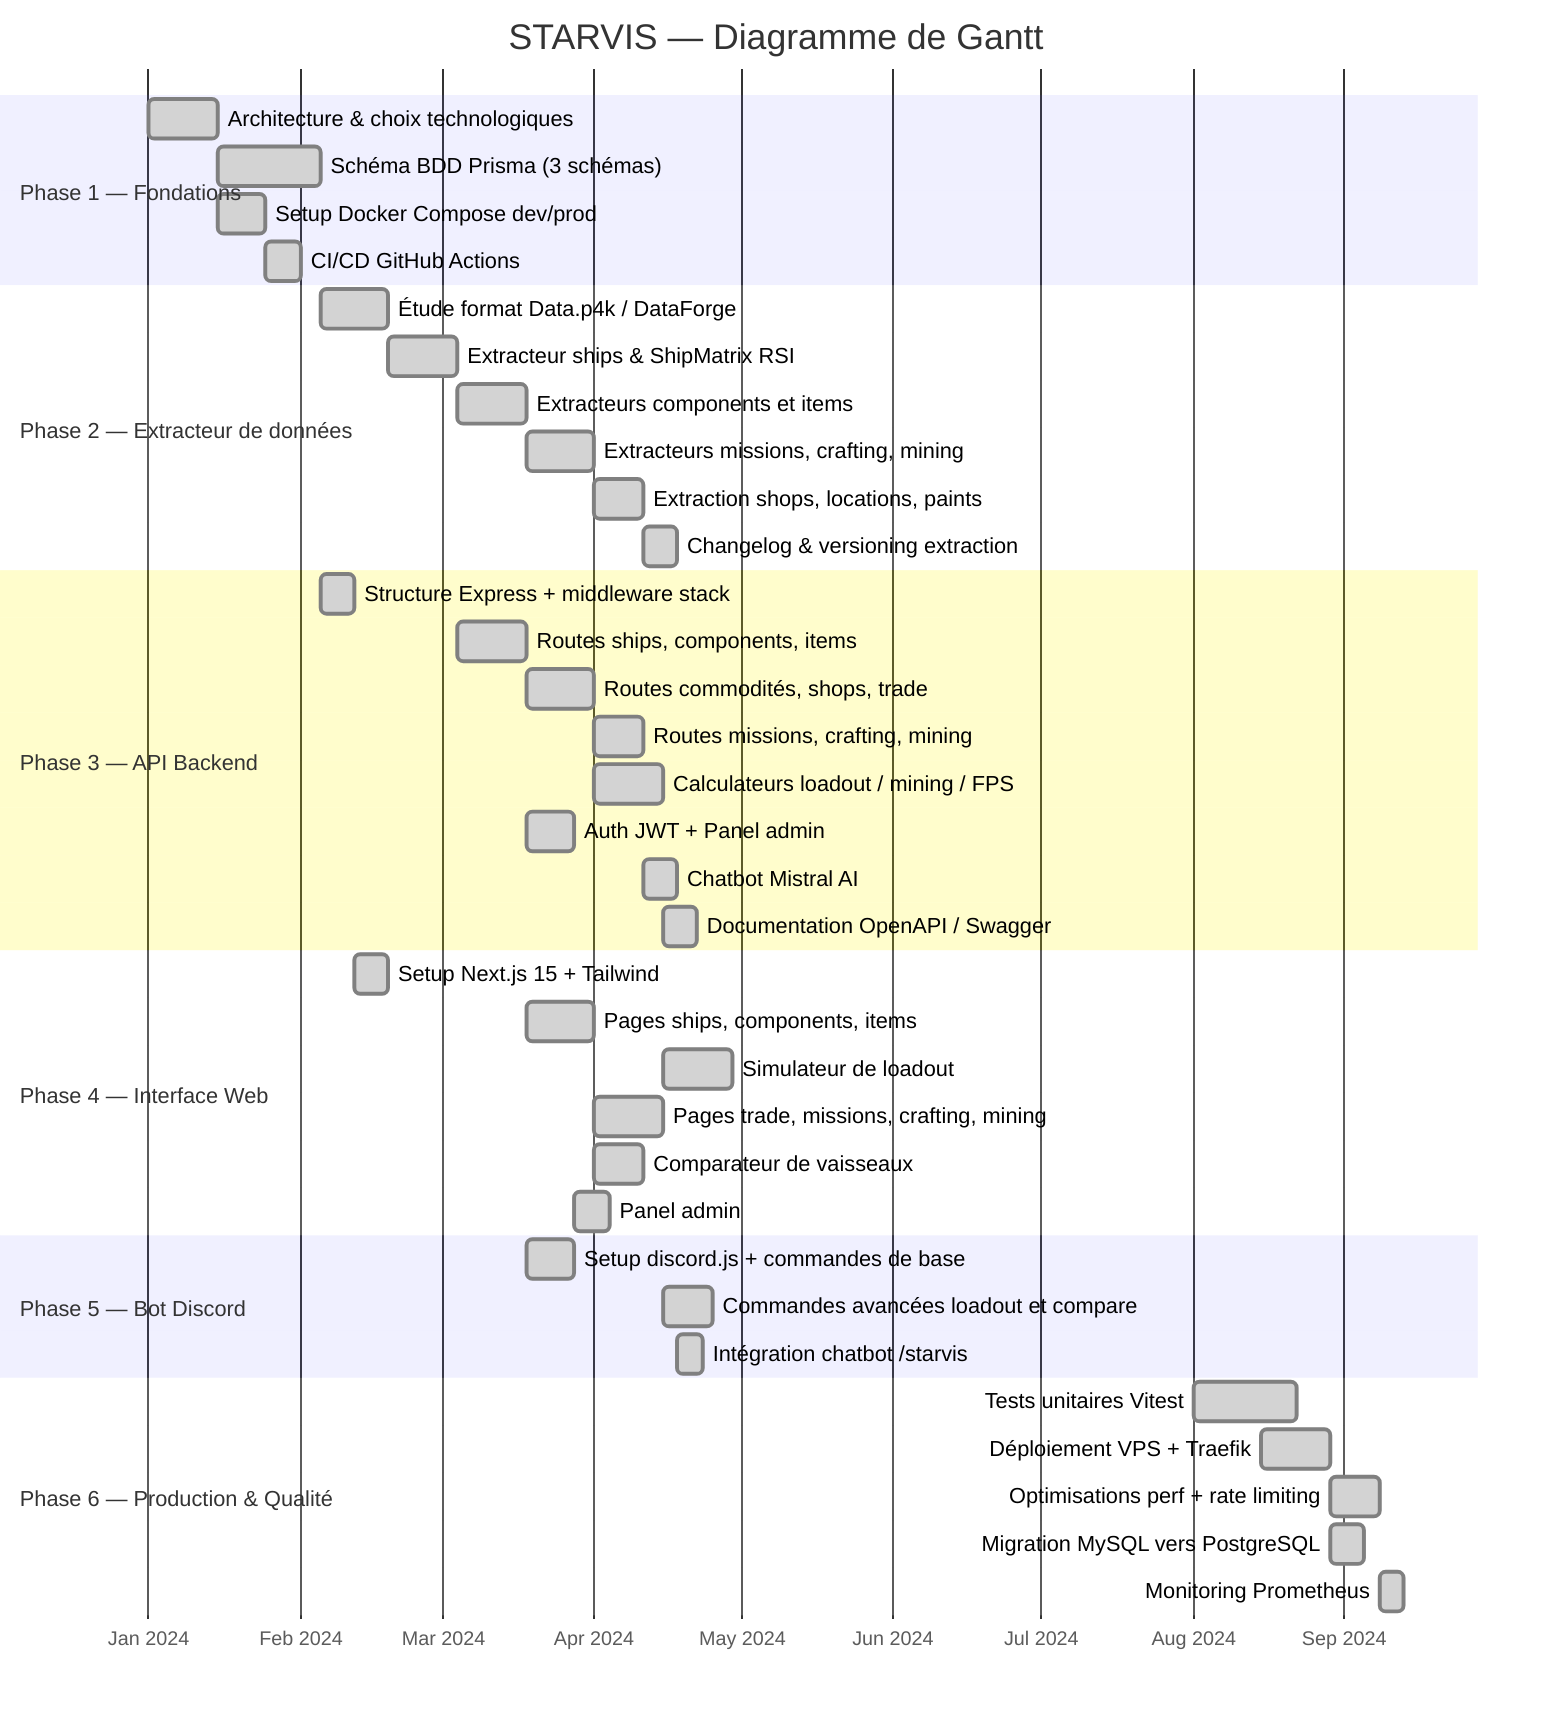
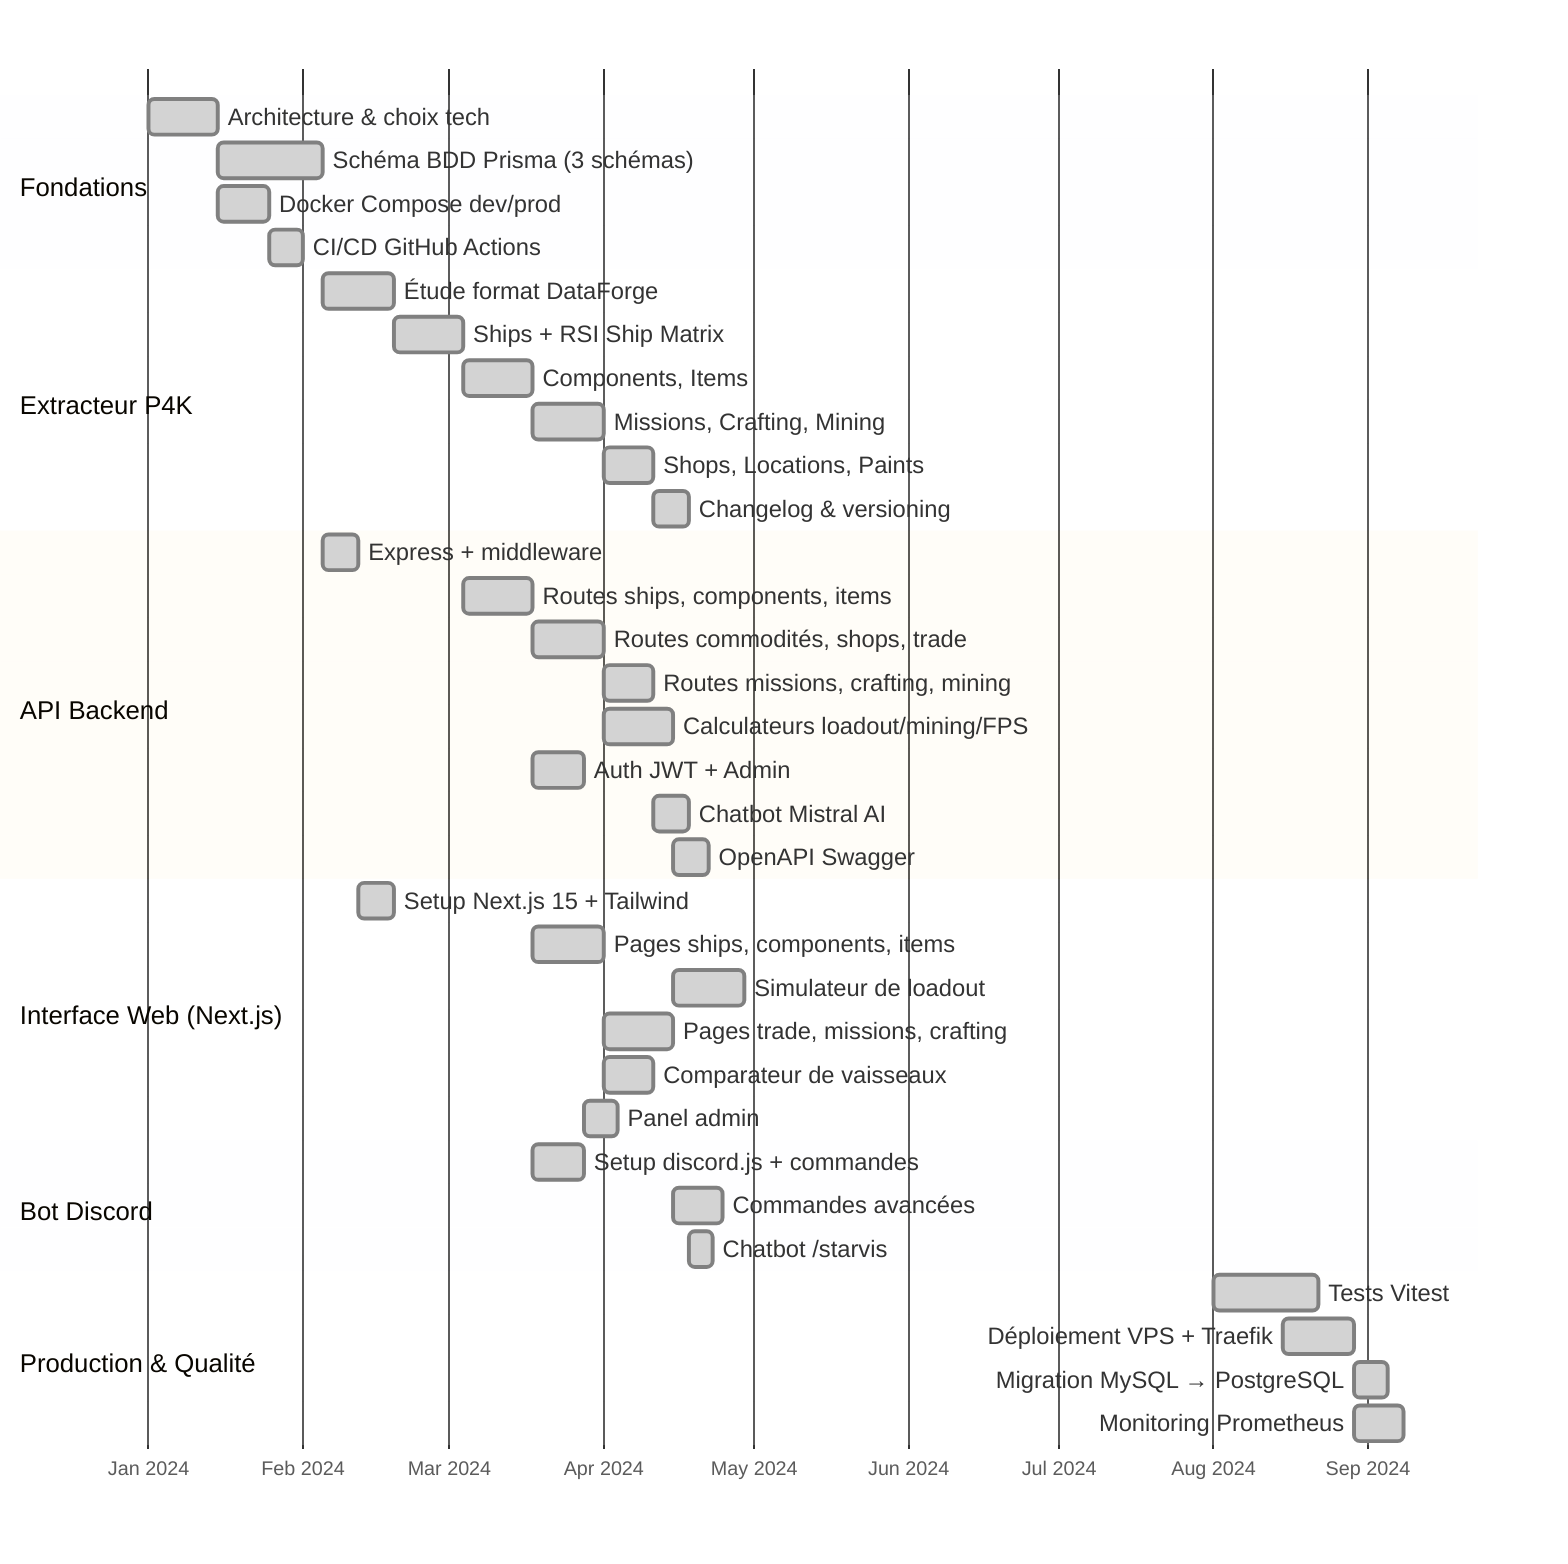
- ---
- title: STARVIS — Diagramme de Gantt
- ---
+ %%{init: {'theme': 'base', 'themeVariables': {'fontSize': '12px', 'fontFamily': 'Arial'}, 'gantt': {'useMaxWidth': true, 'barHeight': 18, 'fontSize': 12, 'sectionFontSize': 13}}}%%
gantt
    dateFormat  YYYY-MM-DD
    axisFormat  %b %Y

-     section Phase 1 — Fondations
-     Architecture & choix technologiques       :done, arch,   2024-01-01, 14d
-     Schéma BDD Prisma (3 schémas)             :done, db,     after arch,  21d
-     Setup Docker Compose dev/prod             :done, docker, after arch,  10d
-     CI/CD GitHub Actions                      :done, cicd,   after docker, 7d
+     section Fondations
+     Architecture & choix tech         :done, arch,   2024-01-01, 14d
+     Schéma BDD Prisma (3 schémas)     :done, db,     after arch,  21d
+     Docker Compose dev/prod            :done, docker, after arch,  10d
+     CI/CD GitHub Actions               :done, cicd,   after docker, 7d

-     section Phase 2 — Extracteur de données
-     Étude format Data.p4k / DataForge         :done, p4k,  after db,   14d
-     Extracteur ships & ShipMatrix RSI         :done, ext1, after p4k,  14d
-     Extracteurs components et items           :done, ext2, after ext1, 14d
-     Extracteurs missions, crafting, mining    :done, ext3, after ext2, 14d
-     Extraction shops, locations, paints       :done, ext4, after ext3, 10d
-     Changelog & versioning extraction         :done, chg,  after ext4,  7d
+     section Extracteur P4K
+     Étude format DataForge             :done, p4k,  after db,   14d
+     Ships + RSI Ship Matrix            :done, ext1, after p4k,  14d
+     Components, Items                  :done, ext2, after ext1, 14d
+     Missions, Crafting, Mining         :done, ext3, after ext2, 14d
+     Shops, Locations, Paints           :done, ext4, after ext3, 10d
+     Changelog & versioning             :done, chg,  after ext4,  7d

-     section Phase 3 — API Backend
-     Structure Express + middleware stack      :done, api1, after db,   7d
-     Routes ships, components, items           :done, api2, after ext1, 14d
-     Routes commodités, shops, trade           :done, api3, after ext2, 14d
-     Routes missions, crafting, mining         :done, api4, after ext3, 10d
-     Calculateurs loadout / mining / FPS       :done, api5, after api3, 14d
-     Auth JWT + Panel admin                    :done, auth, after api2, 10d
-     Chatbot Mistral AI                        :done, chat, after api4,  7d
-     Documentation OpenAPI / Swagger           :done, swag, after api5,  7d
+     section API Backend
+     Express + middleware               :done, api1, after db,   7d
+     Routes ships, components, items    :done, api2, after ext1, 14d
+     Routes commodités, shops, trade    :done, api3, after ext2, 14d
+     Routes missions, crafting, mining  :done, api4, after ext3, 10d
+     Calculateurs loadout/mining/FPS    :done, api5, after api3, 14d
+     Auth JWT + Admin                   :done, auth, after api2, 10d
+     Chatbot Mistral AI                 :done, chat, after api4,  7d
+     OpenAPI Swagger                    :done, swag, after api5,  7d

-     section Phase 4 — Interface Web
-     Setup Next.js 15 + Tailwind               :done, ihm1, after api1,  7d
-     Pages ships, components, items            :done, ihm2, after api2, 14d
-     Simulateur de loadout                     :done, ihm3, after api5, 14d
-     Pages trade, missions, crafting, mining   :done, ihm4, after api3, 14d
-     Comparateur de vaisseaux                  :done, ihm5, after ihm2, 10d
-     Panel admin                               :done, ihm6, after auth,  7d
+     section Interface Web (Next.js)
+     Setup Next.js 15 + Tailwind        :done, ihm1, after api1,  7d
+     Pages ships, components, items     :done, ihm2, after api2, 14d
+     Simulateur de loadout              :done, ihm3, after api5, 14d
+     Pages trade, missions, crafting    :done, ihm4, after api3, 14d
+     Comparateur de vaisseaux           :done, ihm5, after ihm2, 10d
+     Panel admin                        :done, ihm6, after auth,  7d

-     section Phase 5 — Bot Discord
-     Setup discord.js + commandes de base      :done, bot1, after api2, 10d
-     Commandes avancées loadout et compare     :done, bot2, after api5, 10d
-     Intégration chatbot /starvis              :done, bot3, after chat,  5d
+     section Bot Discord
+     Setup discord.js + commandes       :done, bot1, after api2, 10d
+     Commandes avancées                 :done, bot2, after api5, 10d
+     Chatbot /starvis                   :done, bot3, after chat,  5d

-     section Phase 6 — Production & Qualité
-     Tests unitaires Vitest                    :done, tests,   2024-08-01, 21d
-     Déploiement VPS + Traefik                 :done, deploy,  2024-08-15, 14d
-     Optimisations perf + rate limiting        :done, perf,    after deploy, 10d
-     Migration MySQL vers PostgreSQL           :done, migrate, after deploy,  7d
-     Monitoring Prometheus                     :done, monit,   after perf,   5d
+     section Production & Qualité
+     Tests Vitest                       :done, tests,  2024-08-01, 21d
+     Déploiement VPS + Traefik          :done, dep,    2024-08-15, 14d
+     Migration MySQL → PostgreSQL       :done, mig,    after dep,   7d
+     Monitoring Prometheus              :done, mon,    after dep,  10d
